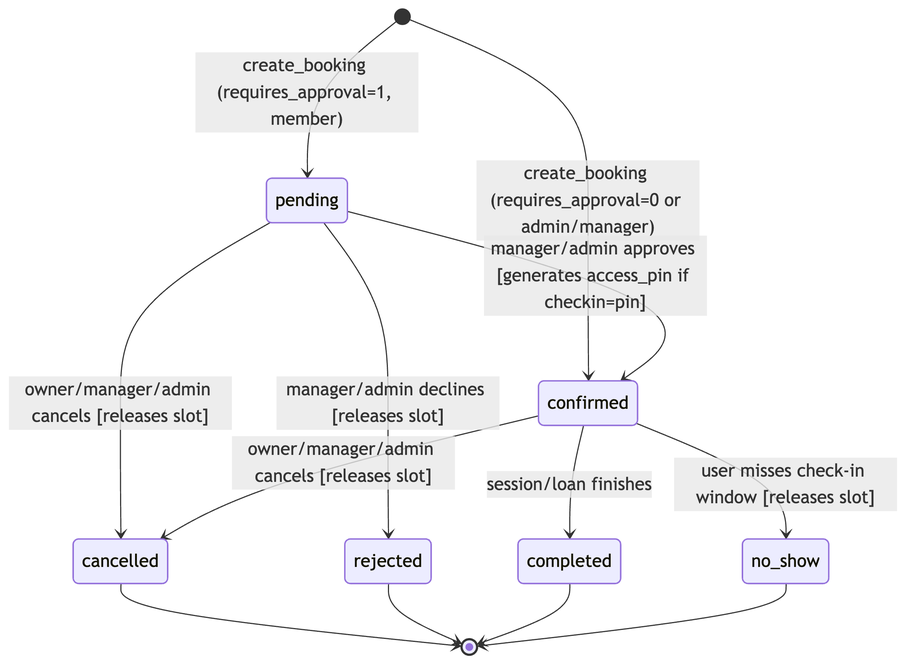
huutrungle2001/WM9QF_AI_Programming_A1 keeps this Mermaid diagram as docs/design/diagram/booking_state.png. Above is the earlier version. Its source is kept beside it as docs/design/diagram/booking_state.mmd. Source of this version:
```mermaid
stateDiagram-v2
    [*] --> pending : create_booking (requires_approval=1, member)
    [*] --> confirmed : create_booking (requires_approval=0 or admin/manager)
    pending --> confirmed : manager/admin approves [generates access_pin if checkin=pin]
    pending --> rejected : manager/admin declines [releases slot]
    pending --> cancelled : owner/manager/admin cancels [releases slot]
    confirmed --> completed : session/loan finishes
    confirmed --> no_show : user misses check-in window [releases slot]
    confirmed --> cancelled : owner/manager/admin cancels [releases slot]
    cancelled --> [*]
    rejected --> [*]
    completed --> [*]
    no_show --> [*]
```
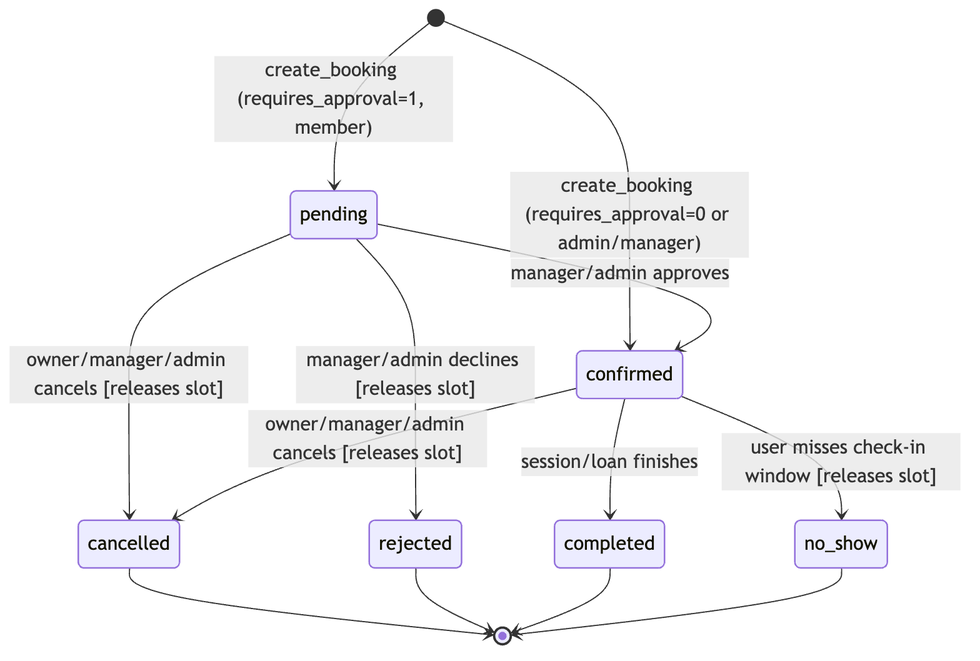
The same diagram one commit later.

What changed in the source:
```diff
@@ -1,7 +1,7 @@
 stateDiagram-v2
     [*] --> pending : create_booking (requires_approval=1, member)
     [*] --> confirmed : create_booking (requires_approval=0 or admin/manager)
-    pending --> confirmed : manager/admin approves [generates access_pin if checkin=pin]
+    pending --> confirmed : manager/admin approves
     pending --> rejected : manager/admin declines [releases slot]
     pending --> cancelled : owner/manager/admin cancels [releases slot]
     confirmed --> completed : session/loan finishes
```
